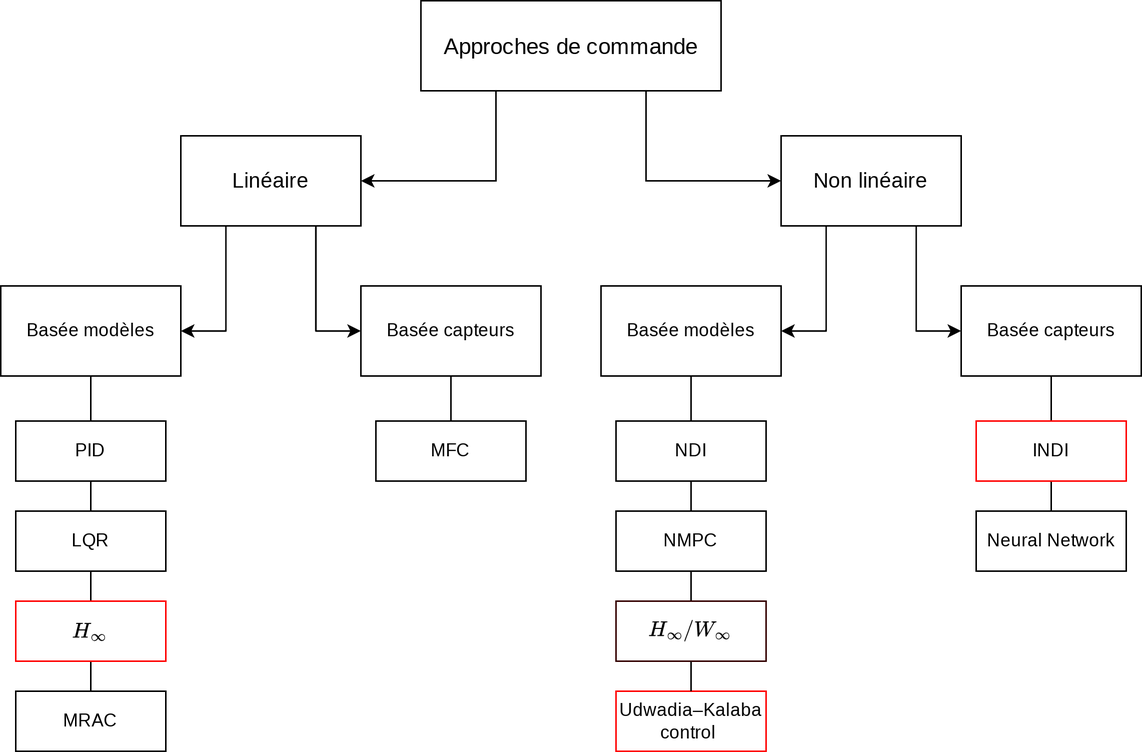
FlorianSan/manuscrit keeps this draw.io diagram as figures/controle_methode.png. Above is the earlier version. Source tidied: cells renumbered, new cells last; positions are measured from the earlier drawing's top-left corner, leaving out a move shared by most shapes.
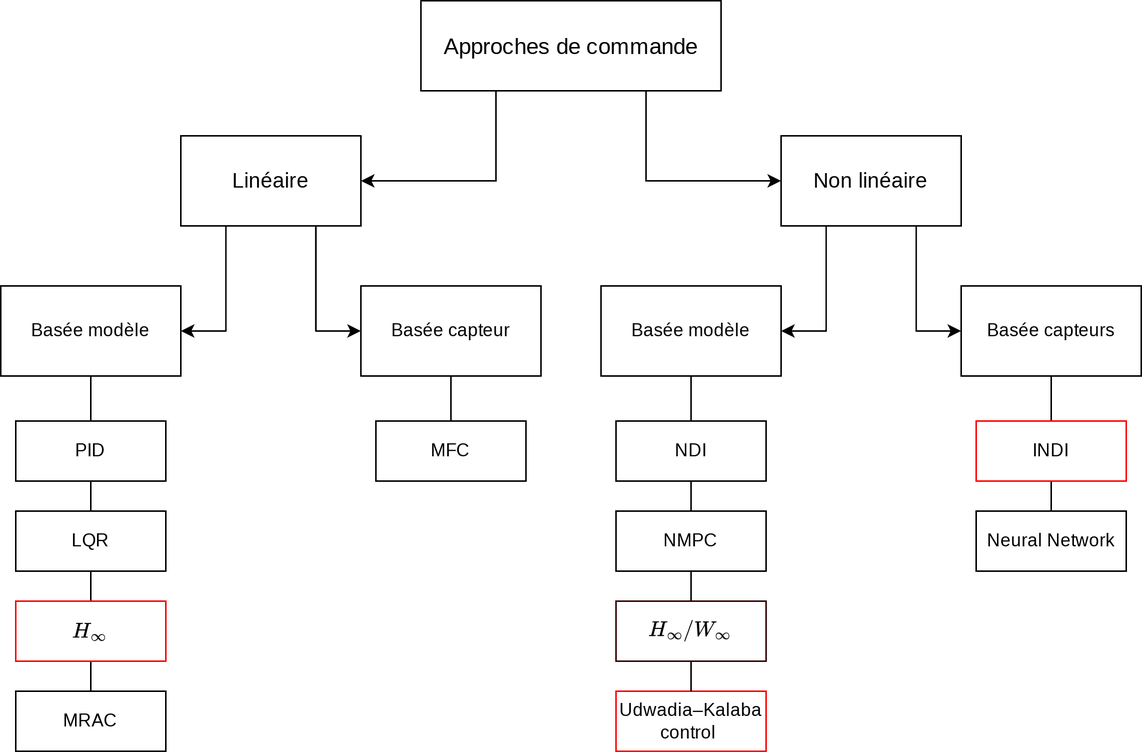
The same file after the commit.

The edit, as a diff of the source:
```diff
@@ -32,19 +32,19 @@
     <mxCell id="11" style="edgeStyle=orthogonalEdgeStyle;rounded=0;jettySize=auto;html=1;exitX=0.5;exitY=1;exitDx=0;exitDy=0;entryX=0.5;entryY=0;entryDx=0;entryDy=0;endArrow=none;endFill=0;" parent="1" edge="1" source="12" target="20">
       <mxGeometry relative="1" as="geometry" />
     </mxCell>
-    <mxCell id="12" value="Basée modèles" style="rounded=0;whiteSpace=wrap;html=1;" parent="1" vertex="1">
+    <mxCell id="12" value="Basée modèle" style="rounded=0;whiteSpace=wrap;html=1;" parent="1" vertex="1">
       <mxGeometry y="190" width="120" height="60" as="geometry" />
     </mxCell>
     <mxCell id="13" style="edgeStyle=orthogonalEdgeStyle;shape=connector;rounded=0;jettySize=auto;html=1;exitX=0.5;exitY=1;exitDx=0;exitDy=0;entryX=0.5;entryY=0;entryDx=0;entryDy=0;strokeColor=default;align=center;verticalAlign=middle;fontFamily=Helvetica;fontSize=11;fontColor=default;labelBackgroundColor=default;endArrow=none;endFill=0;" parent="1" edge="1" source="14" target="26">
       <mxGeometry relative="1" as="geometry" />
     </mxCell>
-    <mxCell id="14" value="Basée capteurs" style="whiteSpace=wrap;html=1;" parent="1" vertex="1">
+    <mxCell id="14" value="Basée capteur" style="whiteSpace=wrap;html=1;" parent="1" vertex="1">
       <mxGeometry x="240" y="190" width="120" height="60" as="geometry" />
     </mxCell>
     <mxCell id="15" style="edgeStyle=orthogonalEdgeStyle;shape=connector;rounded=0;jettySize=auto;html=1;exitX=0.5;exitY=1;exitDx=0;exitDy=0;entryX=0.5;entryY=0;entryDx=0;entryDy=0;strokeColor=default;align=center;verticalAlign=middle;fontFamily=Helvetica;fontSize=11;fontColor=default;labelBackgroundColor=default;endArrow=none;endFill=0;" parent="1" edge="1" source="16" target="28">
       <mxGeometry relative="1" as="geometry" />
     </mxCell>
-    <mxCell id="16" value="Basée modèles" style="rounded=0;whiteSpace=wrap;html=1;" parent="1" vertex="1">
+    <mxCell id="16" value="Basée modèle" style="rounded=0;whiteSpace=wrap;html=1;" parent="1" vertex="1">
       <mxGeometry x="400" y="190" width="120" height="60" as="geometry" />
     </mxCell>
     <mxCell id="17" style="edgeStyle=orthogonalEdgeStyle;shape=connector;rounded=0;jettySize=auto;html=1;exitX=0.5;exitY=1;exitDx=0;exitDy=0;entryX=0.5;entryY=0;entryDx=0;entryDy=0;strokeColor=default;align=center;verticalAlign=middle;fontFamily=Helvetica;fontSize=11;fontColor=default;labelBackgroundColor=default;endArrow=none;endFill=0;" parent="1" edge="1" source="18" target="32">
```
